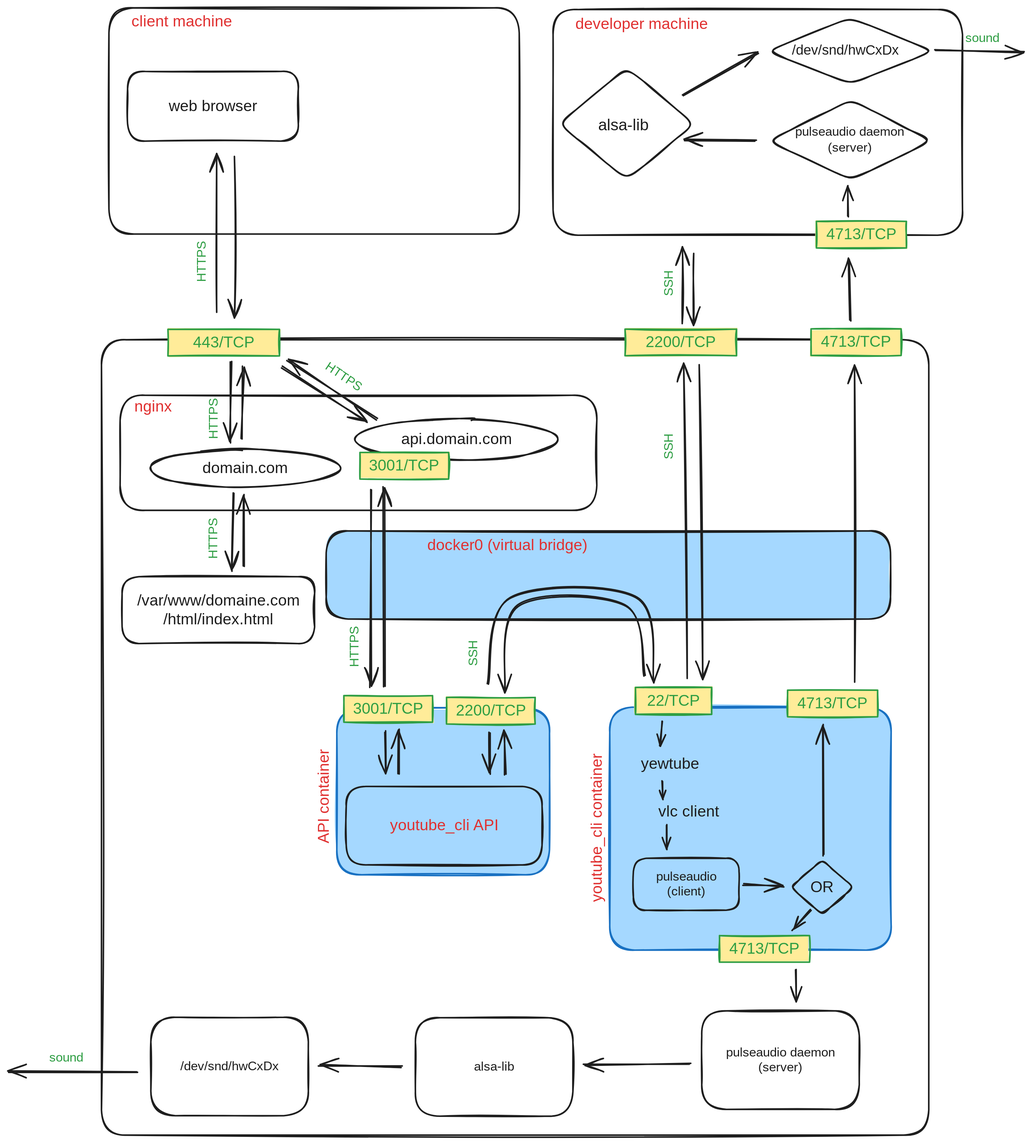
The Excalidraw diagram docs/assets/project-architecture.svg in AlexisDelahaye7/youtube-remote-for-home-server, before a commit. Source tidied: one line per element, renumbered; positions are measured from the earlier drawing's top-left corner, leaving out a move shared by most shapes.
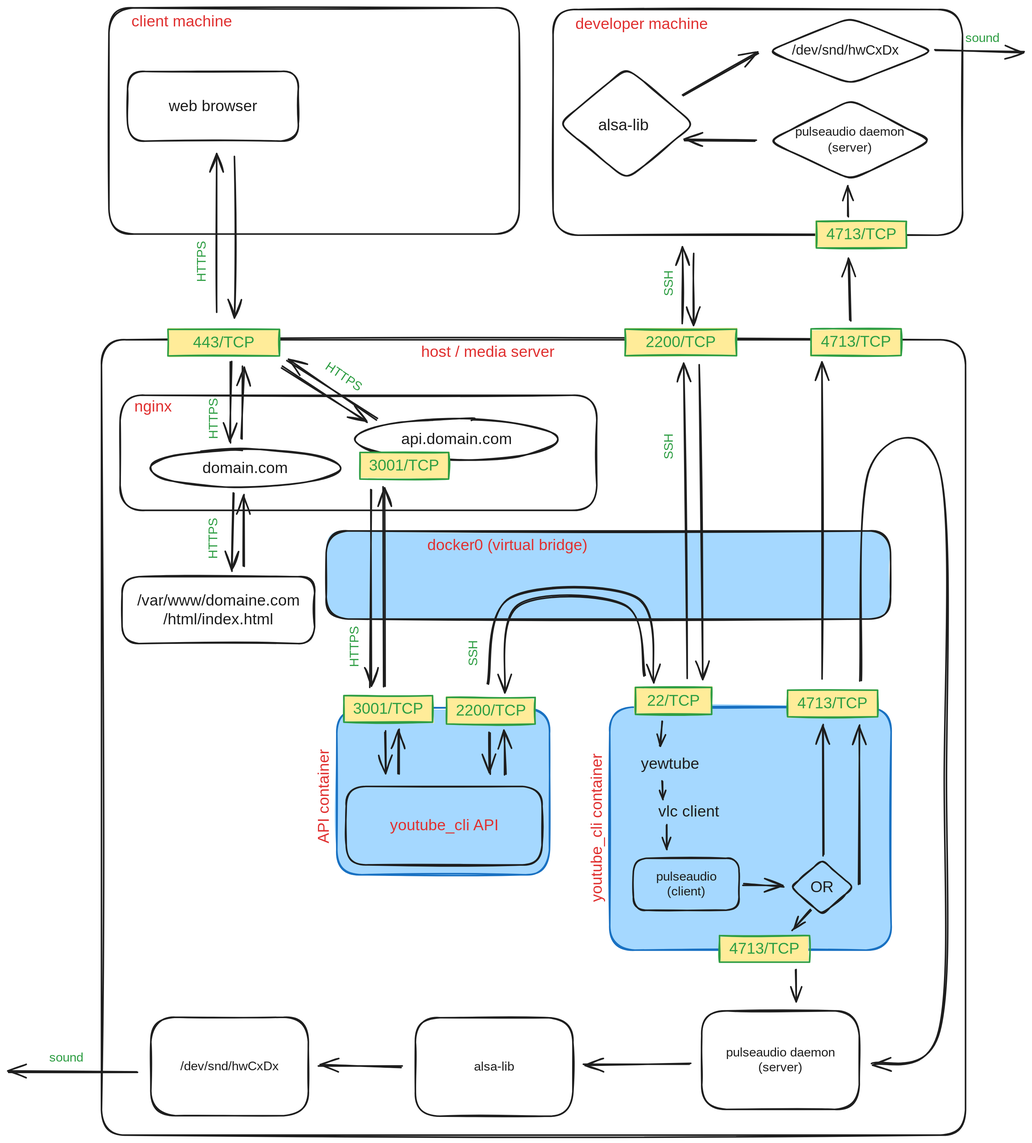
After the commit.

Commit message:
doc(architecture schema): updated

Diff of the diagram source:
```diff
@@ -1,4 +1,4 @@
-{"id": 0, "type": "rectangle", "strokeColor": "#1e1e1e", "strokeWidth": 2, "roughness": 1, "round": true, "x": 119, "y": 424, "width": 1057, "height": 1017}
+{"id": 0, "type": "rectangle", "strokeColor": "#1e1e1e", "strokeWidth": 2, "roughness": 1, "round": true, "x": 119, "y": 424, "width": 1104, "height": 1017}
 {"id": 1, "type": "rectangle", "strokeColor": "#1971c2", "backgroundColor": "#a5d8ff", "fillStyle": "solid", "strokeWidth": 2, "roughness": 1, "round": true, "x": 419, "y": 896, "width": 272, "height": 213}
 {"id": 2, "type": "rectangle", "strokeColor": "#1e1e1e", "strokeWidth": 2, "roughness": 1, "round": true, "x": 128, "y": 0, "width": 524, "height": 289}
 {"id": 3, "type": "rectangle", "strokeColor": "#1971c2", "backgroundColor": "#a5d8ff", "fillStyle": "solid", "strokeWidth": 2, "roughness": 1, "round": true, "x": 768, "y": 894, "width": 360, "height": 311}
@@ -43,7 +43,7 @@
 {"id": 42, "type": "text", "text": "4713/TCP", "strokeColor": "#2f9e44", "backgroundColor": "#ffec99", "fillStyle": "solid", "strokeWidth": 2, "roughness": 1, "fontSize": 20, "fontFamily": 3, "textAlign": "center", "verticalAlign": "middle", "inside": 41, "x": 1043, "y": 278, "width": 94, "height": 24}
 {"id": 43, "type": "rectangle", "strokeColor": "#2f9e44", "backgroundColor": "#ffec99", "fillStyle": "solid", "strokeWidth": 2, "roughness": 1, "x": 1026, "y": 410, "width": 115, "height": 34}
 {"id": 44, "type": "text", "text": "4713/TCP", "strokeColor": "#2f9e44", "backgroundColor": "#ffec99", "fillStyle": "solid", "strokeWidth": 2, "roughness": 1, "fontSize": 20, "fontFamily": 3, "textAlign": "center", "verticalAlign": "middle", "inside": 43, "x": 1036, "y": 415, "width": 94, "height": 24}
-{"id": 45, "type": "arrow", "strokeColor": "#1e1e1e", "backgroundColor": "#ffec99", "fillStyle": "solid", "strokeWidth": 2, "roughness": 1, "endArrowhead": "arrow", "from": 39, "to": 43, "x": 1081, "y": 862, "width": 0, "height": 405, "points": [[0, 0], [0, -405]]}
+{"id": 45, "type": "arrow", "strokeColor": "#1e1e1e", "backgroundColor": "#ffec99", "fillStyle": "solid", "strokeWidth": 2, "roughness": 1, "endArrowhead": "arrow", "from": 39, "to": 43, "x": 1040, "y": 858, "width": 0, "height": 405, "points": [[0, 0], [0, -405]]}
 {"id": 46, "type": "rectangle", "strokeColor": "#1e1e1e", "strokeWidth": 2, "roughness": 1, "round": true, "x": 886, "y": 1282, "width": 201, "height": 126}
 {"id": 47, "type": "text", "text": "pulseaudio daemon\n(server)", "strokeColor": "#1e1e1e", "strokeWidth": 2, "roughness": 1, "fontSize": 16, "fontFamily": 3, "textAlign": "center", "verticalAlign": "middle", "inside": 46, "x": 907, "y": 1326, "width": 159, "height": 38}
 {"id": 48, "type": "rectangle", "strokeColor": "#1e1e1e", "strokeWidth": 2, "roughness": 1, "round": true, "x": 520, "y": 1291, "width": 201, "height": 126}
@@ -105,3 +105,6 @@
 {"id": 104, "type": "text", "text": "SSH", "strokeColor": "#2f9e44", "angle": 4.71, "strokeWidth": 2, "roughness": 1, "fontSize": 16, "fontFamily": 3, "x": 830, "y": 345, "width": 28, "height": 19}
 {"id": 105, "type": "text", "text": "sound", "strokeColor": "#2f9e44", "strokeWidth": 2, "roughness": 1, "fontSize": 16, "fontFamily": 3, "x": 52, "y": 1333, "width": 47, "height": 19}
 {"id": 106, "type": "text", "text": "sound", "strokeColor": "#2f9e44", "strokeWidth": 2, "roughness": 1, "fontSize": 16, "fontFamily": 3, "x": 1223, "y": 29, "width": 47, "height": 19}
+{"id": 107, "type": "text", "text": "host / media server", "strokeColor": "#e03131", "strokeWidth": 2, "roughness": 1, "fontSize": 20, "fontFamily": 3, "textAlign": "center", "x": 501, "y": 428, "width": 223, "height": 24}
+{"id": 108, "type": "arrow", "strokeColor": "#1e1e1e", "strokeWidth": 2, "roughness": 1, "endArrowhead": "arrow", "round": true, "from": 26, "to": 39, "x": 1087, "y": 1120, "width": 0, "height": 203, "points": [[0, 0], [0, -203]]}
+{"id": 109, "type": "arrow", "strokeColor": "#1e1e1e", "strokeWidth": 2, "roughness": 1, "endArrowhead": "arrow", "round": true, "from": 39, "to": 46, "x": 1088, "y": 860, "width": 109, "height": 762, "points": [[0, 0], [13, -271], [102, -267], [109, 126], [102, 449], [15, 491]]}
```
